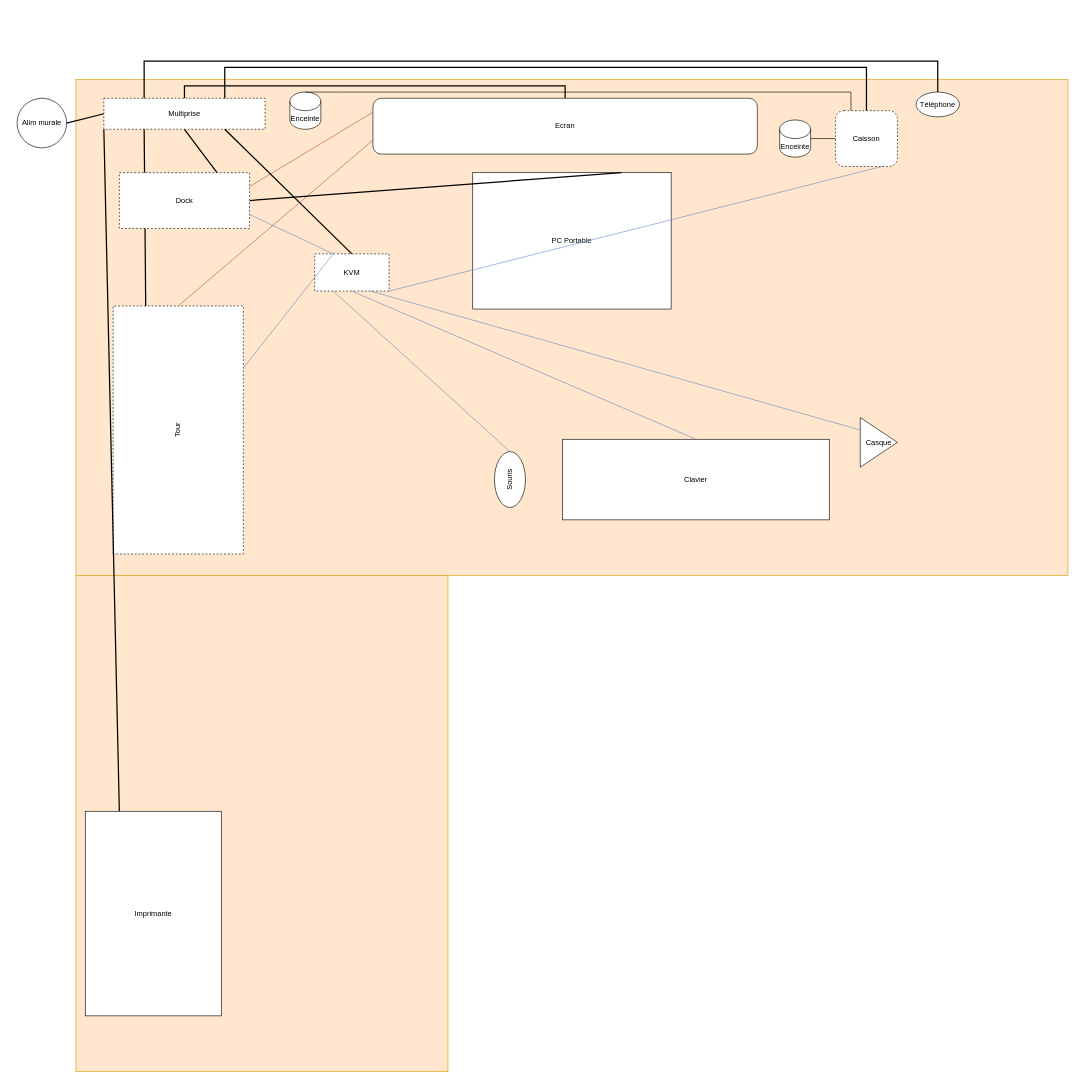
The draw.io diagram dossier/Installation.drawio in docv266/Installation, before the edit. Source tidied: cells renumbered, new cells numbered last; positions are measured from the earlier drawing's top-left corner, leaving out a move shared by most shapes. Both pictures are drawn from the tidied source at 62%, with x=0, y=0 at pixel (17, 61).
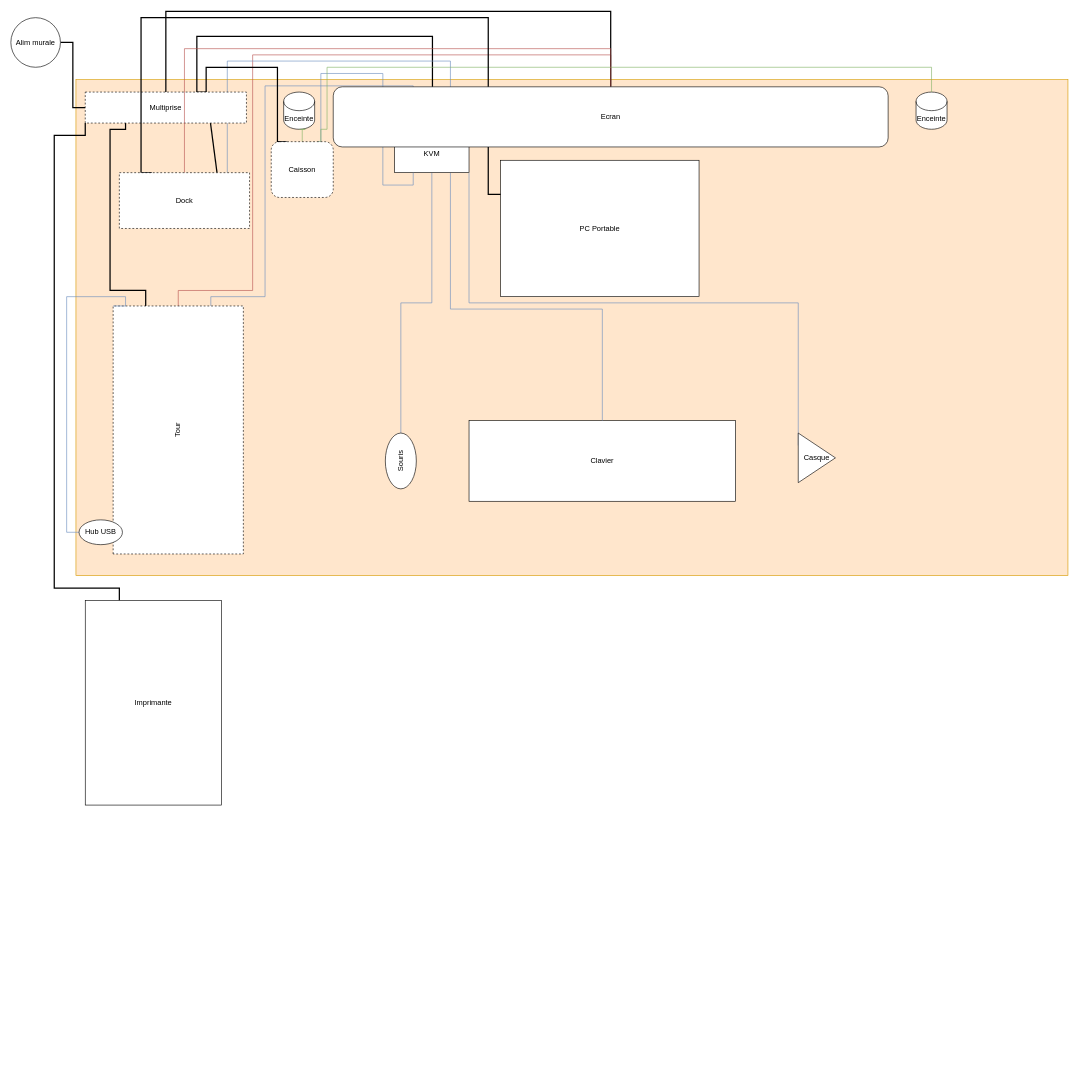
Above is the later version.

The change refers to these unchanged cells:
```xml
<mxCell id="6" value="Tour" style="rounded=0;whiteSpace=wrap;html=1;rotation=-90;dashed=1;" parent="1" vertex="1">
  <mxGeometry x="60" y="490" width="400" height="210" as="geometry" />
</mxCell>
```

Change to the diagram source:
```diff
@@
-    <mxCell id="2" style="rounded=0;whiteSpace=wrap;html=1;fillColor=#ffe6cc;strokeColor=#d79b00;" parent="1" vertex="1">
-      <mxGeometry x="95" y="830" width="600" height="800" as="geometry" />
-    </mxCell>
@@
+    <mxCell id="5" style="edgeStyle=orthogonalEdgeStyle;rounded=0;jettySize=auto;html=1;exitX=1;exitY=0.5;exitDx=0;exitDy=0;entryX=0;entryY=0.5;entryDx=0;entryDy=0;endArrow=none;endFill=0;strokeWidth=2;" parent="1" edge="1" source="4" target="21">
+      <mxGeometry relative="1" as="geometry" />
+    </mxCell>
     <mxCell id="4" value="Alim murale" style="ellipse;whiteSpace=wrap;html=1;" parent="1" vertex="1">
-      <mxGeometry y="60" width="80" height="80" as="geometry" />
+      <mxGeometry x="-10" y="-70" width="80" height="80" as="geometry" />
     </mxCell>
-    <mxCell id="5" style="endArrow=none;html=1;exitX=1;exitY=0.5;exitDx=0;exitDy=0;entryX=0;entryY=0.5;entryDx=0;entryDy=0;strokeWidth=2;" parent="1" edge="1" source="4" target="21">
-      <mxGeometry relative="1" as="geometry" />
-    </mxCell>
+    <mxCell id="11" style="edgeStyle=orthogonalEdgeStyle;rounded=0;jettySize=auto;html=1;exitX=1;exitY=0.5;exitDx=0;exitDy=0;entryX=0.5;entryY=0;entryDx=0;entryDy=0;endArrow=none;endFill=0;fillColor=#f8cecc;strokeColor=#b85450;" parent="1" edge="1" source="6" target="8">
+      <mxGeometry relative="1" as="geometry">
+        <Array as="points">
+          <mxPoint x="260" y="370" />
+          <mxPoint x="380" y="370" />
+          <mxPoint x="380" y="-10" />
+          <mxPoint x="958" y="-10" />
+        </Array>
+      </mxGeometry>
+    </mxCell>
+    <mxCell id="22" style="edgeStyle=orthogonalEdgeStyle;rounded=0;jettySize=auto;html=1;exitX=1;exitY=0.25;exitDx=0;exitDy=0;entryX=0.25;entryY=1;entryDx=0;entryDy=0;endArrow=none;endFill=0;strokeWidth=2;" parent="1" edge="1" source="6" target="21">
+      <mxGeometry relative="1" as="geometry">
+        <Array as="points">
+          <mxPoint x="208" y="370" />
+          <mxPoint x="150" y="370" />
+          <mxPoint x="150" y="110" />
+          <mxPoint x="175" y="110" />
+        </Array>
+      </mxGeometry>
+    </mxCell>
@@
     <mxCell id="7" style="edgeStyle=orthogonalEdgeStyle;rounded=0;jettySize=auto;html=1;exitX=0.5;exitY=0;exitDx=0;exitDy=0;entryX=0.5;entryY=0;entryDx=0;entryDy=0;strokeWidth=2;endArrow=none;endFill=0;" parent="1" edge="1" source="8" target="21">
-      <mxGeometry relative="1" as="geometry" />
+      <mxGeometry relative="1" as="geometry">
+        <Array as="points">
+          <mxPoint x="958" y="-80" />
+          <mxPoint x="240" y="-80" />
+        </Array>
+      </mxGeometry>
     </mxCell>
-    <mxCell id="8" value="Ecran" style="rounded=1;whiteSpace=wrap;html=1;" parent="1" vertex="1">
-      <mxGeometry x="574" y="60" width="620" height="90" as="geometry" />
-    </mxCell>
     <mxCell id="9" value="PC Portable" style="rounded=0;whiteSpace=wrap;html=1;" parent="1" vertex="1">
-      <mxGeometry x="735" y="180" width="320" height="220" as="geometry" />
+      <mxGeometry x="780" y="160" width="320" height="220" as="geometry" />
     </mxCell>
-    <mxCell id="10" style="endArrow=none;html=1;exitX=1;exitY=0.25;exitDx=0;exitDy=0;entryX=0;entryY=0.25;entryDx=0;entryDy=0;fillColor=#f8cecc;strokeColor=#b85450;" parent="1" edge="1" source="36" target="8">
-      <mxGeometry relative="1" as="geometry" />
-    </mxCell>
-    <mxCell id="11" style="endArrow=none;html=1;exitX=1;exitY=0.5;exitDx=0;exitDy=0;entryX=0;entryY=0.75;entryDx=0;entryDy=0;fillColor=#f8cecc;strokeColor=#b85450;" parent="1" edge="1" source="6" target="8">
-      <mxGeometry relative="1" as="geometry" />
-    </mxCell>
     <mxCell id="12" value="Clavier" style="rounded=0;whiteSpace=wrap;html=1;" parent="1" vertex="1">
-      <mxGeometry x="880" y="610" width="430" height="130" as="geometry" />
+      <mxGeometry x="729" y="580" width="430" height="130" as="geometry" />
     </mxCell>
+    <mxCell id="16" style="edgeStyle=orthogonalEdgeStyle;rounded=0;jettySize=auto;html=1;exitX=1;exitY=0.5;exitDx=0;exitDy=0;entryX=0.5;entryY=1;entryDx=0;entryDy=0;endArrow=none;endFill=0;strokeWidth=1;fillColor=#dae8fc;strokeColor=#6c8ebf;" parent="1" edge="1" source="13" target="15">
+      <mxGeometry relative="1" as="geometry" />
+    </mxCell>
     <mxCell id="13" value="Souris" style="ellipse;whiteSpace=wrap;html=1;rotation=-90;" parent="1" vertex="1">
-      <mxGeometry x="750" y="650" width="90" height="50" as="geometry" />
+      <mxGeometry x="574" y="620" width="90" height="50" as="geometry" />
     </mxCell>
+    <mxCell id="18" style="edgeStyle=orthogonalEdgeStyle;rounded=0;jettySize=auto;html=1;exitX=0;exitY=0.25;exitDx=0;exitDy=0;entryX=1;entryY=1;entryDx=0;entryDy=0;endArrow=none;endFill=0;strokeWidth=1;fillColor=#dae8fc;strokeColor=#6c8ebf;" parent="1" edge="1" source="14" target="15">
+      <mxGeometry relative="1" as="geometry">
+        <Array as="points">
+          <mxPoint x="1260" y="390" />
+          <mxPoint x="729" y="390" />
+        </Array>
+      </mxGeometry>
+    </mxCell>
     <mxCell id="14" value="Casque" style="triangle;whiteSpace=wrap;html=1;" parent="1" vertex="1">
-      <mxGeometry x="1360" y="575" width="60" height="80" as="geometry" />
+      <mxGeometry x="1260" y="600" width="60" height="80" as="geometry" />
     </mxCell>
-    <mxCell id="15" value="KVM" style="rounded=0;whiteSpace=wrap;html=1;dashed=1;" parent="1" vertex="1">
-      <mxGeometry x="480" y="311" width="120" height="60" as="geometry" />
-    </mxCell>
-    <mxCell id="16" style="endArrow=none;html=1;exitX=1;exitY=0.5;exitDx=0;exitDy=0;entryX=0.25;entryY=1;entryDx=0;entryDy=0;fillColor=#dae8fc;strokeColor=#6c8ebf;" parent="1" edge="1" source="13" target="15">
-      <mxGeometry relative="1" as="geometry" />
-    </mxCell>
-    <mxCell id="17" style="endArrow=none;html=1;exitX=0.5;exitY=0;exitDx=0;exitDy=0;entryX=0.5;entryY=1;entryDx=0;entryDy=0;fillColor=#dae8fc;strokeColor=#6c8ebf;" parent="1" edge="1" source="12" target="15">
-      <mxGeometry relative="1" as="geometry" />
-    </mxCell>
-    <mxCell id="18" style="endArrow=none;html=1;exitX=0;exitY=0.25;exitDx=0;exitDy=0;entryX=0.75;entryY=1;entryDx=0;entryDy=0;fillColor=#dae8fc;strokeColor=#6c8ebf;" parent="1" edge="1" source="14" target="15">
-      <mxGeometry relative="1" as="geometry" />
-    </mxCell>
+    <mxCell id="25" style="edgeStyle=orthogonalEdgeStyle;rounded=0;jettySize=auto;html=1;exitX=0.5;exitY=0;exitDx=0;exitDy=0;entryX=0.75;entryY=0;entryDx=0;entryDy=0;endArrow=none;endFill=0;strokeWidth=2;" parent="1" edge="1" source="15" target="21">
+      <mxGeometry relative="1" as="geometry">
+        <Array as="points">
+          <mxPoint x="670" y="120" />
+          <mxPoint x="670" y="-40" />
+          <mxPoint x="290" y="-40" />
+          <mxPoint x="290" y="50" />
+        </Array>
+      </mxGeometry>
+    </mxCell>
-    <mxCell id="19" style="endArrow=none;html=1;exitX=0.25;exitY=0;exitDx=0;exitDy=0;entryX=1;entryY=0.75;entryDx=0;entryDy=0;fillColor=#dae8fc;strokeColor=#6c8ebf;" parent="1" edge="1" source="15" target="36">
-      <mxGeometry relative="1" as="geometry" />
+    <mxCell id="19" style="edgeStyle=orthogonalEdgeStyle;rounded=0;jettySize=auto;html=1;exitX=0.75;exitY=0;exitDx=0;exitDy=0;entryX=0.829;entryY=0;entryDx=0;entryDy=0;entryPerimeter=0;endArrow=none;endFill=0;strokeWidth=1;fillColor=#dae8fc;strokeColor=#6c8ebf;" parent="1" edge="1" source="15" target="36">
+      <mxGeometry relative="1" as="geometry">
+        <Array as="points">
+          <mxPoint x="699" />
+          <mxPoint x="339" />
+        </Array>
+      </mxGeometry>
     </mxCell>
-    <mxCell id="20" style="endArrow=none;html=1;exitX=0.25;exitY=0;exitDx=0;exitDy=0;entryX=0.75;entryY=1;entryDx=0;entryDy=0;fillColor=#dae8fc;strokeColor=#6c8ebf;" parent="1" edge="1" source="15" target="6">
-      <mxGeometry relative="1" as="geometry" />
+    <mxCell id="20" style="edgeStyle=orthogonalEdgeStyle;rounded=0;jettySize=auto;html=1;exitX=0.25;exitY=0;exitDx=0;exitDy=0;entryX=1;entryY=0.75;entryDx=0;entryDy=0;endArrow=none;endFill=0;strokeWidth=1;fillColor=#dae8fc;strokeColor=#6c8ebf;" parent="1" edge="1" source="15" target="6">
+      <mxGeometry relative="1" as="geometry">
+        <Array as="points">
+          <mxPoint x="639" y="40" />
+          <mxPoint x="400" y="40" />
+          <mxPoint x="400" y="380" />
+          <mxPoint x="313" y="380" />
+        </Array>
+      </mxGeometry>
     </mxCell>
+    <mxCell id="38" style="edgeStyle=orthogonalEdgeStyle;rounded=0;jettySize=auto;html=1;exitX=0.75;exitY=1;exitDx=0;exitDy=0;entryX=0.5;entryY=0;entryDx=0;entryDy=0;endArrow=none;endFill=0;strokeWidth=1;fillColor=#dae8fc;strokeColor=#6c8ebf;" parent="1" edge="1" source="15" target="12">
+      <mxGeometry relative="1" as="geometry">
+        <Array as="points">
+          <mxPoint x="699" y="400" />
+          <mxPoint x="944" y="400" />
+        </Array>
+      </mxGeometry>
+    </mxCell>
+    <mxCell id="15" value="KVM" style="rounded=0;whiteSpace=wrap;html=1;" parent="1" vertex="1">
+      <mxGeometry x="609" y="120" width="120" height="60" as="geometry" />
+    </mxCell>
     <mxCell id="21" value="Multiprise" style="rounded=0;whiteSpace=wrap;html=1;dashed=1;" parent="1" vertex="1">
-      <mxGeometry x="140" y="60" width="260" height="50" as="geometry" />
+      <mxGeometry x="110" y="50" width="260" height="50" as="geometry" />
     </mxCell>
-    <mxCell id="22" style="endArrow=none;html=1;exitX=1;exitY=0.25;exitDx=0;exitDy=0;entryX=0.25;entryY=1;entryDx=0;entryDy=0;strokeWidth=2;" parent="1" edge="1" source="6" target="21">
-      <mxGeometry relative="1" as="geometry" />
-    </mxCell>
-    <mxCell id="23" style="endArrow=none;html=1;strokeWidth=2;entryX=0.75;entryY=0;entryDx=0;entryDy=0;exitX=0.5;exitY=1;exitDx=0;exitDy=0;" parent="1" edge="1" source="21" target="36">
+    <mxCell id="23" style="endArrow=none;html=1;strokeWidth=2;entryX=0.75;entryY=0;entryDx=0;entryDy=0;exitX=0.777;exitY=1;exitDx=0;exitDy=0;exitPerimeter=0;" parent="1" edge="1" source="21" target="36">
       <mxGeometry relative="1" as="geometry" />
     </mxCell>
-    <mxCell id="24" style="endArrow=none;html=1;strokeWidth=2;exitX=0.75;exitY=0;exitDx=0;exitDy=0;entryX=1;entryY=0.5;entryDx=0;entryDy=0;" parent="1" edge="1" source="9" target="36">
-      <mxGeometry relative="1" as="geometry" />
-    </mxCell>
-    <mxCell id="25" style="endArrow=none;html=1;exitX=0.5;exitY=0;exitDx=0;exitDy=0;entryX=0.75;entryY=1;entryDx=0;entryDy=0;strokeWidth=2;" parent="1" edge="1" source="15" target="21">
-      <mxGeometry relative="1" as="geometry" />
-    </mxCell>
-    <mxCell id="26" style="endArrow=none;html=1;strokeWidth=2;exitX=0.25;exitY=0;exitDx=0;exitDy=0;entryX=0;entryY=1;entryDx=0;entryDy=0;" parent="1" edge="1" source="37" target="21">
-      <mxGeometry relative="1" as="geometry" />
-    </mxCell>
     <mxCell id="27" value="Enceinte" style="shape=cylinder3;whiteSpace=wrap;html=1;boundedLbl=1;backgroundOutline=1;size=15;" parent="1" vertex="1">
-      <mxGeometry x="1230" y="95" width="50" height="60" as="geometry" />
+      <mxGeometry x="1450" y="50" width="50" height="60" as="geometry" />
     </mxCell>
     <mxCell id="28" value="Enceinte" style="shape=cylinder3;whiteSpace=wrap;html=1;boundedLbl=1;backgroundOutline=1;size=15;" parent="1" vertex="1">
-      <mxGeometry x="440" y="50" width="50" height="60" as="geometry" />
+      <mxGeometry x="430" y="50" width="50" height="60" as="geometry" />
     </mxCell>
-    <mxCell id="29" style="edgeStyle=orthogonalEdgeStyle;rounded=0;jettySize=auto;html=1;exitX=0.5;exitY=0;exitDx=0;exitDy=0;strokeWidth=2;endArrow=none;endFill=0;entryX=0.75;entryY=0;entryDx=0;entryDy=0;" parent="1" edge="1" source="31" target="21">
+    <mxCell id="29" style="edgeStyle=orthogonalEdgeStyle;rounded=0;jettySize=auto;html=1;exitX=0.25;exitY=0;exitDx=0;exitDy=0;strokeWidth=2;endArrow=none;endFill=0;entryX=0.75;entryY=0;entryDx=0;entryDy=0;" parent="1" edge="1" source="31" target="21">
       <mxGeometry relative="1" as="geometry">
         <Array as="points">
-          <mxPoint x="1370" y="10" />
-          <mxPoint x="335" y="10" />
+          <mxPoint x="420" y="130" />
+          <mxPoint x="420" y="10" />
+          <mxPoint x="305" y="10" />
         </Array>
       </mxGeometry>
     </mxCell>
-    <mxCell id="30" style="edgeStyle=orthogonalEdgeStyle;rounded=0;jettySize=auto;html=1;exitX=0.25;exitY=0;exitDx=0;exitDy=0;entryX=0.5;entryY=0;entryDx=0;entryDy=0;entryPerimeter=0;endArrow=none;endFill=0;strokeWidth=1;" parent="1" edge="1" source="31" target="28">
+    <mxCell id="30" style="edgeStyle=orthogonalEdgeStyle;rounded=0;jettySize=auto;html=1;exitX=0.5;exitY=0;exitDx=0;exitDy=0;entryX=0.5;entryY=1;entryDx=0;entryDy=0;entryPerimeter=0;endArrow=none;endFill=0;strokeWidth=1;fillColor=#d5e8d4;strokeColor=#82b366;" parent="1" edge="1" source="31" target="28">
       <mxGeometry relative="1" as="geometry">
         <Array as="points">
-          <mxPoint x="1345" y="50" />
-          <mxPoint x="525" y="50" />
+          <mxPoint x="465" y="110" />
+          <mxPoint x="465" y="110" />
         </Array>
       </mxGeometry>
     </mxCell>
+    <mxCell id="39" style="edgeStyle=orthogonalEdgeStyle;rounded=0;jettySize=auto;html=1;exitX=0.75;exitY=0;exitDx=0;exitDy=0;entryX=0.25;entryY=1;entryDx=0;entryDy=0;endArrow=none;endFill=0;strokeWidth=1;fillColor=#dae8fc;strokeColor=#6c8ebf;" parent="1" edge="1" source="31" target="15">
+      <mxGeometry relative="1" as="geometry">
+        <Array as="points">
+          <mxPoint x="490" y="130" />
+          <mxPoint x="490" y="20" />
+          <mxPoint x="590" y="20" />
+          <mxPoint x="590" y="200" />
+          <mxPoint x="639" y="200" />
+        </Array>
+      </mxGeometry>
+    </mxCell>
+    <mxCell id="40" style="edgeStyle=orthogonalEdgeStyle;rounded=0;jettySize=auto;html=1;exitX=0.75;exitY=0;exitDx=0;exitDy=0;entryX=0.5;entryY=0;entryDx=0;entryDy=0;entryPerimeter=0;endArrow=none;endFill=0;strokeWidth=1;fillColor=#d5e8d4;strokeColor=#82b366;" parent="1" edge="1" source="31" target="27">
+      <mxGeometry relative="1" as="geometry">
+        <Array as="points">
+          <mxPoint x="490" y="130" />
+          <mxPoint x="490" y="110" />
+          <mxPoint x="500" y="110" />
+          <mxPoint x="500" y="10" />
+          <mxPoint x="1475" y="10" />
+        </Array>
+      </mxGeometry>
+    </mxCell>
     <mxCell id="31" value="Caisson" style="rounded=1;whiteSpace=wrap;html=1;dashed=1;" parent="1" vertex="1">
-      <mxGeometry x="1320" y="80" width="100" height="90" as="geometry" />
+      <mxGeometry x="410" y="130" width="100" height="90" as="geometry" />
     </mxCell>
-    <mxCell id="32" style="endArrow=none;html=1;strokeWidth=1;exitX=1;exitY=0.5;exitDx=0;exitDy=0;exitPerimeter=0;entryX=0;entryY=0.5;entryDx=0;entryDy=0;" parent="1" edge="1" source="27" target="31">
-      <mxGeometry relative="1" as="geometry" />
-    </mxCell>
-    <mxCell id="33" style="endArrow=none;html=1;strokeWidth=1;entryX=0.75;entryY=1;entryDx=0;entryDy=0;exitX=1;exitY=1;exitDx=0;exitDy=0;fillColor=#dae8fc;strokeColor=#6c8ebf;" parent="1" edge="1" source="15" target="31">
-      <mxGeometry relative="1" as="geometry" />
-    </mxCell>
-    <mxCell id="34" style="edgeStyle=orthogonalEdgeStyle;rounded=0;jettySize=auto;html=1;exitX=0.5;exitY=0;exitDx=0;exitDy=0;entryX=0.25;entryY=0;entryDx=0;entryDy=0;endArrow=none;endFill=0;strokeWidth=2;" parent="1" edge="1" source="35" target="21">
+    <mxCell id="34" style="edgeStyle=orthogonalEdgeStyle;rounded=0;jettySize=auto;html=1;exitX=0;exitY=0.5;exitDx=0;exitDy=0;entryX=1;entryY=0;entryDx=0;entryDy=0;endArrow=none;endFill=0;strokeWidth=1;fillColor=#dae8fc;strokeColor=#6c8ebf;" parent="1" edge="1" source="35" target="6">
       <mxGeometry relative="1" as="geometry">
         <Array as="points">
-          <mxPoint x="1485" />
-          <mxPoint x="205" />
+          <mxPoint x="80" y="760" />
+          <mxPoint x="80" y="380" />
+          <mxPoint x="175" y="380" />
+          <mxPoint x="175" y="395" />
         </Array>
       </mxGeometry>
     </mxCell>
+    <mxCell id="10" style="edgeStyle=orthogonalEdgeStyle;rounded=0;jettySize=auto;html=1;exitX=0.5;exitY=0;exitDx=0;exitDy=0;entryX=0.5;entryY=0;entryDx=0;entryDy=0;endArrow=none;endFill=0;fillColor=#f8cecc;strokeColor=#b85450;" parent="1" edge="1" source="36" target="8">
+      <mxGeometry relative="1" as="geometry">
+        <Array as="points">
+          <mxPoint x="270" y="-20" />
+          <mxPoint x="958" y="-20" />
+        </Array>
+      </mxGeometry>
+    </mxCell>
+    <mxCell id="41" style="edgeStyle=orthogonalEdgeStyle;rounded=0;jettySize=auto;html=1;exitX=0.25;exitY=0;exitDx=0;exitDy=0;entryX=0;entryY=0.25;entryDx=0;entryDy=0;endArrow=none;endFill=0;strokeWidth=2;" parent="1" edge="1" source="36" target="9">
+      <mxGeometry relative="1" as="geometry">
+        <Array as="points">
+          <mxPoint x="200" y="180" />
+          <mxPoint x="200" y="-70" />
+          <mxPoint x="760" y="-70" />
+          <mxPoint x="760" y="215" />
+        </Array>
+      </mxGeometry>
+    </mxCell>
+    <mxCell id="36" value="Dock" style="rounded=0;whiteSpace=wrap;html=1;dashed=1;" parent="1" vertex="1">
+      <mxGeometry x="165" y="180" width="210" height="90" as="geometry" />
+    </mxCell>
+    <mxCell id="26" style="edgeStyle=orthogonalEdgeStyle;rounded=0;jettySize=auto;html=1;exitX=0.25;exitY=0;exitDx=0;exitDy=0;entryX=0;entryY=1;entryDx=0;entryDy=0;endArrow=none;endFill=0;strokeWidth=2;" parent="1" edge="1" source="37" target="21">
+      <mxGeometry relative="1" as="geometry">
+        <Array as="points">
+          <mxPoint x="165" y="850" />
+          <mxPoint x="60" y="850" />
+          <mxPoint x="60" y="120" />
+          <mxPoint x="110" y="120" />
+        </Array>
+      </mxGeometry>
+    </mxCell>
+    <mxCell id="37" value="Imprimante" style="rounded=0;whiteSpace=wrap;html=1;" parent="1" vertex="1">
+      <mxGeometry x="110" y="870" width="220" height="330" as="geometry" />
+    </mxCell>
+    <mxCell id="8" value="Ecran" style="rounded=1;whiteSpace=wrap;html=1;" parent="1" vertex="1">
+      <mxGeometry x="510" y="41.5" width="895" height="97" as="geometry" />
+    </mxCell>
-    <mxCell id="35" value="Téléphone" style="ellipse;whiteSpace=wrap;html=1;" parent="1" vertex="1">
-      <mxGeometry x="1450" y="50" width="70" height="40" as="geometry" />
+    <mxCell id="35" value="Hub USB" style="ellipse;whiteSpace=wrap;html=1;" parent="1" vertex="1">
+      <mxGeometry x="100" y="740" width="70" height="40" as="geometry" />
     </mxCell>
-    <mxCell id="36" value="Dock" style="rounded=0;whiteSpace=wrap;html=1;dashed=1;" parent="1" vertex="1">
-      <mxGeometry x="165" y="180" width="210" height="90" as="geometry" />
-    </mxCell>
-    <mxCell id="37" value="Imprimante" style="rounded=0;whiteSpace=wrap;html=1;" parent="1" vertex="1">
-      <mxGeometry x="110" y="1210" width="220" height="330" as="geometry" />
-    </mxCell>
```
